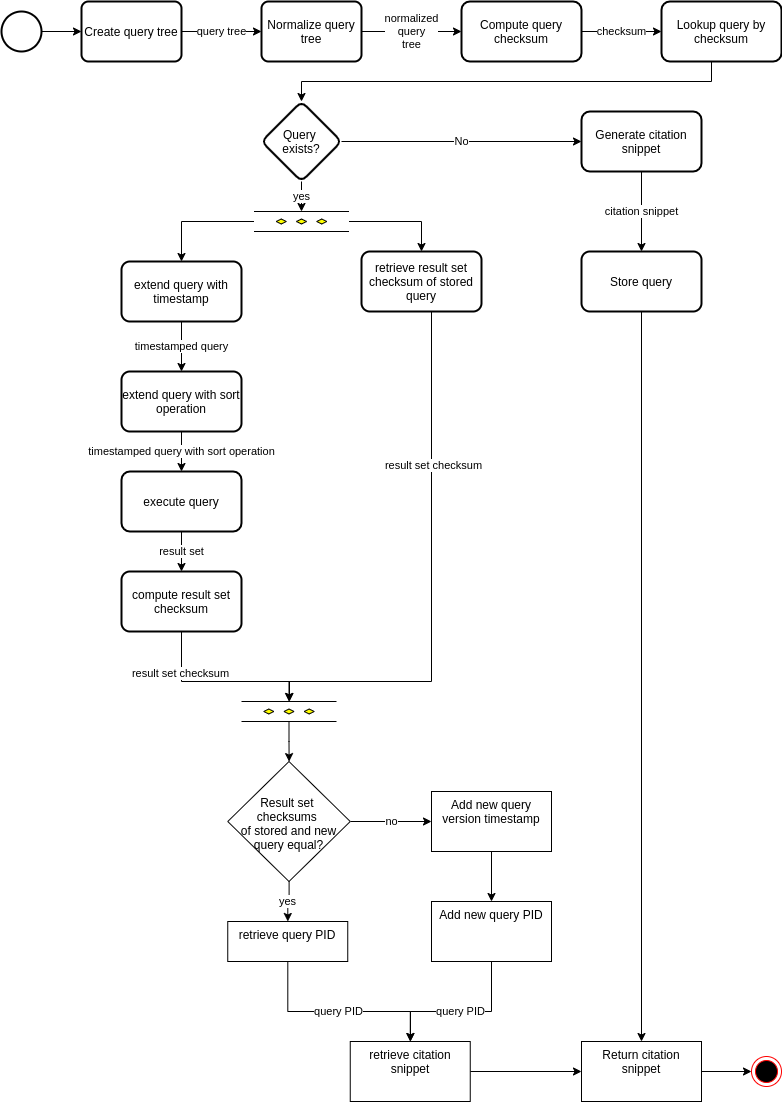
Before: figures/figure 5.png, a diagram exported from draw.io (GreenfishK/DataCitation). Source tidied: cells renumbered, new cells last; positions are measured from the earlier drawing's top-left corner, leaving out a move shared by most shapes.
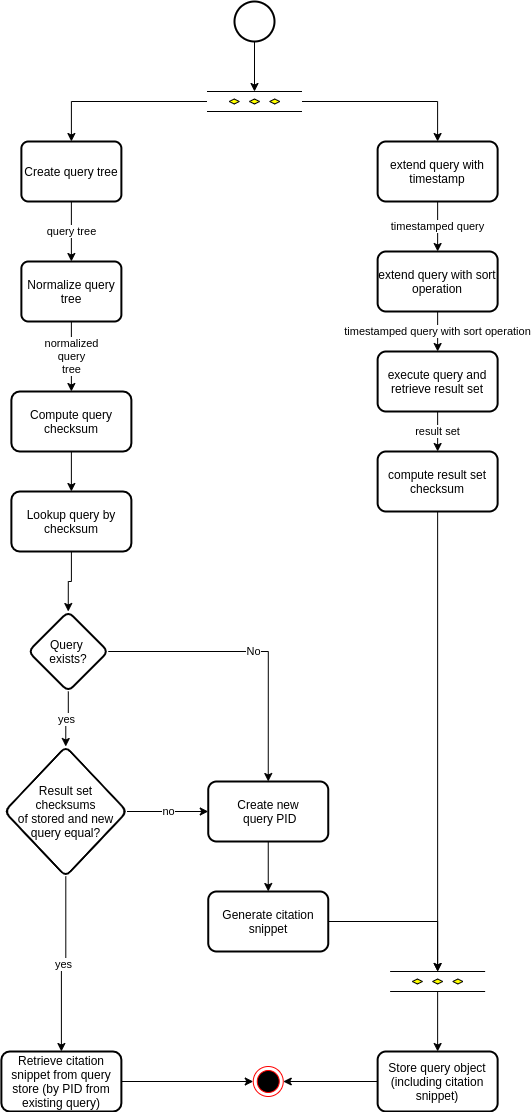
The same file after the commit.

Commit message:
Citation workflow cleaned up. normalize_query_tree restructured and removed one unnecessary line

The edit, as a diff of the source:
```diff
@@ -2,174 +2,123 @@
   <root>
     <mxCell id="0" />
     <mxCell id="1" parent="0" />
-    <mxCell id="2" style="edgeStyle=orthogonalEdgeStyle;rounded=0;jettySize=auto;html=1;" parent="1" edge="1" source="3" target="7">
-      <mxGeometry relative="1" as="geometry" />
-    </mxCell>
+    <mxCell id="50" style="edgeStyle=orthogonalEdgeStyle;rounded=0;jettySize=auto;html=1;" parent="1" edge="1" source="3" target="54">
+      <mxGeometry relative="1" as="geometry" />
+    </mxCell>
     <mxCell id="3" style="strokeWidth=2;html=1;shape=mxgraph.flowchart.start_2;whiteSpace=wrap;" parent="1" vertex="1">
-      <mxGeometry y="10" width="40" height="40" as="geometry" />
+      <mxGeometry x="430" y="10" width="40" height="40" as="geometry" />
     </mxCell>
     <mxCell id="4" value="normalized&lt;br&gt;query&lt;br&gt;tree" style="edgeStyle=orthogonalEdgeStyle;rounded=0;jettySize=auto;html=1;" parent="1" edge="1" source="5" target="9">
       <mxGeometry relative="1" as="geometry" />
     </mxCell>
     <mxCell id="5" value="Normalize query tree" style="rounded=1;whiteSpace=wrap;html=1;absoluteArcSize=1;arcSize=14;strokeWidth=2;" parent="1" vertex="1">
-      <mxGeometry x="260" width="100" height="60" as="geometry" />
+      <mxGeometry x="216.9" y="270" width="100" height="60" as="geometry" />
     </mxCell>
     <mxCell id="6" value="query tree" style="edgeStyle=orthogonalEdgeStyle;rounded=0;jettySize=auto;html=1;" parent="1" edge="1" source="7" target="5">
       <mxGeometry relative="1" as="geometry" />
     </mxCell>
     <mxCell id="7" value="Create query tree" style="rounded=1;whiteSpace=wrap;html=1;absoluteArcSize=1;arcSize=14;strokeWidth=2;" parent="1" vertex="1">
-      <mxGeometry x="80" width="100" height="60" as="geometry" />
+      <mxGeometry x="216.9" y="150" width="100" height="60" as="geometry" />
     </mxCell>
-    <mxCell id="8" value="checksum" style="edgeStyle=orthogonalEdgeStyle;rounded=0;jettySize=auto;html=1;" parent="1" edge="1" source="9" target="11">
+    <mxCell id="8" style="edgeStyle=orthogonalEdgeStyle;rounded=0;jettySize=auto;html=1;" parent="1" edge="1" source="9" target="11">
       <mxGeometry relative="1" as="geometry" />
     </mxCell>
     <mxCell id="9" value="Compute query checksum" style="whiteSpace=wrap;html=1;rounded=1;strokeWidth=2;arcSize=14;" parent="1" vertex="1">
-      <mxGeometry x="460" width="120" height="60" as="geometry" />
+      <mxGeometry x="206.9" y="400" width="120" height="60" as="geometry" />
     </mxCell>
-    <mxCell id="10" style="edgeStyle=orthogonalEdgeStyle;rounded=0;jettySize=auto;html=1;" parent="1" edge="1" source="11" target="14">
-      <mxGeometry relative="1" as="geometry">
-        <Array as="points">
-          <mxPoint x="710" y="80" />
-          <mxPoint x="300" y="80" />
-        </Array>
-      </mxGeometry>
+    <mxCell id="10" style="edgeStyle=orthogonalEdgeStyle;rounded=0;jettySize=auto;html=1;entryX=0.5;entryY=0;entryDx=0;entryDy=0;" parent="1" edge="1" source="11" target="14">
+      <mxGeometry relative="1" as="geometry" />
     </mxCell>
     <mxCell id="11" value="Lookup query by checksum" style="whiteSpace=wrap;html=1;rounded=1;strokeWidth=2;arcSize=14;" parent="1" vertex="1">
-      <mxGeometry x="660" width="120" height="60" as="geometry" />
+      <mxGeometry x="206.9" y="500" width="120" height="60" as="geometry" />
     </mxCell>
-    <mxCell id="12" value="yes" style="edgeStyle=orthogonalEdgeStyle;rounded=0;jettySize=auto;html=1;" parent="1" edge="1" source="14" target="29">
+    <mxCell id="12" value="yes" style="edgeStyle=orthogonalEdgeStyle;rounded=0;jettySize=auto;html=1;entryX=0.5;entryY=0;entryDx=0;entryDy=0;" parent="1" edge="1" source="14" target="34">
       <mxGeometry relative="1" as="geometry" />
     </mxCell>
-    <mxCell id="13" value="No" style="edgeStyle=orthogonalEdgeStyle;rounded=0;jettySize=auto;html=1;" parent="1" edge="1" source="14" target="46">
+    <mxCell id="13" value="No" style="edgeStyle=orthogonalEdgeStyle;rounded=0;jettySize=auto;html=1;entryX=0.5;entryY=0;entryDx=0;entryDy=0;" parent="1" edge="1" source="14" target="56">
       <mxGeometry relative="1" as="geometry" />
     </mxCell>
     <mxCell id="14" value="Query &lt;br&gt;exists?" style="rhombus;whiteSpace=wrap;html=1;rounded=1;strokeWidth=2;arcSize=14;" parent="1" vertex="1">
-      <mxGeometry x="260" y="100" width="80" height="80" as="geometry" />
+      <mxGeometry x="223.8" y="620" width="80" height="80" as="geometry" />
     </mxCell>
     <mxCell id="15" value="timestamped query" style="edgeStyle=orthogonalEdgeStyle;rounded=0;jettySize=auto;html=1;" parent="1" edge="1" source="16" target="18">
       <mxGeometry relative="1" as="geometry" />
     </mxCell>
     <mxCell id="16" value="extend query with timestamp" style="whiteSpace=wrap;html=1;rounded=1;strokeWidth=2;arcSize=14;" parent="1" vertex="1">
-      <mxGeometry x="120" y="260" width="120" height="60" as="geometry" />
+      <mxGeometry x="573.1" y="150" width="120" height="60" as="geometry" />
     </mxCell>
     <mxCell id="17" value="timestamped query with sort operation" style="edgeStyle=orthogonalEdgeStyle;rounded=0;jettySize=auto;html=1;" parent="1" edge="1" source="18" target="20">
       <mxGeometry relative="1" as="geometry" />
     </mxCell>
     <mxCell id="18" value="extend query with sort operation" style="whiteSpace=wrap;html=1;rounded=1;strokeWidth=2;arcSize=14;" parent="1" vertex="1">
-      <mxGeometry x="120" y="370" width="120" height="60" as="geometry" />
+      <mxGeometry x="573.1" y="260" width="120" height="60" as="geometry" />
     </mxCell>
     <mxCell id="19" value="result set" style="edgeStyle=orthogonalEdgeStyle;rounded=0;jettySize=auto;html=1;" parent="1" edge="1" source="20" target="23">
       <mxGeometry relative="1" as="geometry" />
     </mxCell>
-    <mxCell id="20" value="execute query" style="whiteSpace=wrap;html=1;rounded=1;strokeWidth=2;arcSize=14;" parent="1" vertex="1">
-      <mxGeometry x="120" y="470" width="120" height="60" as="geometry" />
+    <mxCell id="20" value="execute query and retrieve result set" style="whiteSpace=wrap;html=1;rounded=1;strokeWidth=2;arcSize=14;" parent="1" vertex="1">
+      <mxGeometry x="573.1" y="360" width="120" height="60" as="geometry" />
     </mxCell>
-    <mxCell id="21" style="edgeStyle=orthogonalEdgeStyle;rounded=0;jettySize=auto;html=1;" parent="1" edge="1" source="23" target="31">
-      <mxGeometry relative="1" as="geometry">
-        <Array as="points">
-          <mxPoint x="180" y="680" />
-          <mxPoint x="288" y="680" />
-        </Array>
-      </mxGeometry>
-    </mxCell>
-    <mxCell id="22" value="result set checksum" style="edgeLabel;html=1;align=center;verticalAlign=middle;" parent="21" vertex="1">
-      <mxGeometry x="-0.53" y="-2" relative="1" as="geometry" />
-    </mxCell>
+    <mxCell id="51" style="edgeStyle=orthogonalEdgeStyle;rounded=0;jettySize=auto;html=1;entryX=0.5;entryY=0;entryDx=0;entryDy=0;entryPerimeter=0;" parent="1" edge="1" source="23" target="64">
+      <mxGeometry relative="1" as="geometry" />
+    </mxCell>
     <mxCell id="23" value="compute result set checksum" style="whiteSpace=wrap;html=1;rounded=1;strokeWidth=2;arcSize=14;" parent="1" vertex="1">
-      <mxGeometry x="120" y="570" width="120" height="60" as="geometry" />
+      <mxGeometry x="573.1" y="460" width="120" height="60" as="geometry" />
     </mxCell>
-    <mxCell id="24" style="edgeStyle=orthogonalEdgeStyle;rounded=0;jettySize=auto;html=1;entryX=0.5;entryY=0;entryDx=0;entryDy=0;entryPerimeter=0;" parent="1" edge="1" source="26" target="31">
-      <mxGeometry relative="1" as="geometry">
-        <Array as="points">
-          <mxPoint x="430" y="680" />
-          <mxPoint x="288" y="680" />
-        </Array>
-      </mxGeometry>
-    </mxCell>
-    <mxCell id="25" value="result set checksum" style="edgeLabel;html=1;align=center;verticalAlign=middle;" parent="24" vertex="1">
-      <mxGeometry x="-0.43" y="1" relative="1" as="geometry" />
-    </mxCell>
-    <mxCell id="26" value="retrieve result set checksum of stored query" style="whiteSpace=wrap;html=1;rounded=1;strokeWidth=2;arcSize=14;" parent="1" vertex="1">
-      <mxGeometry x="360" y="250" width="120" height="60" as="geometry" />
-    </mxCell>
-    <mxCell id="27" style="edgeStyle=orthogonalEdgeStyle;rounded=0;jettySize=auto;html=1;entryX=0.5;entryY=0;entryDx=0;entryDy=0;" parent="1" edge="1" source="29" target="16">
-      <mxGeometry relative="1" as="geometry" />
-    </mxCell>
-    <mxCell id="28" style="edgeStyle=orthogonalEdgeStyle;rounded=0;jettySize=auto;html=1;" parent="1" edge="1" source="29" target="26">
-      <mxGeometry relative="1" as="geometry" />
-    </mxCell>
-    <mxCell id="29" style="verticalLabelPosition=bottom;verticalAlign=top;html=1;shape=mxgraph.flowchart.parallel_mode;" parent="1" vertex="1">
-      <mxGeometry x="252.5" y="210" width="95" height="20" as="geometry" />
-    </mxCell>
-    <mxCell id="30" style="edgeStyle=orthogonalEdgeStyle;rounded=0;jettySize=auto;html=1;" parent="1" edge="1" source="31" target="34">
-      <mxGeometry relative="1" as="geometry" />
-    </mxCell>
-    <mxCell id="31" style="verticalLabelPosition=bottom;verticalAlign=top;html=1;shape=mxgraph.flowchart.parallel_mode;" parent="1" vertex="1">
-      <mxGeometry x="240" y="700" width="95" height="20" as="geometry" />
-    </mxCell>
+    <mxCell id="52" style="edgeStyle=orthogonalEdgeStyle;rounded=0;jettySize=auto;html=1;" parent="1" edge="1" source="54" target="7">
+      <mxGeometry relative="1" as="geometry" />
+    </mxCell>
+    <mxCell id="53" style="edgeStyle=orthogonalEdgeStyle;rounded=0;jettySize=auto;html=1;" parent="1" edge="1" source="54" target="16">
+      <mxGeometry relative="1" as="geometry" />
+    </mxCell>
+    <mxCell id="54" style="verticalLabelPosition=bottom;verticalAlign=top;html=1;shape=mxgraph.flowchart.parallel_mode;" parent="1" vertex="1">
+      <mxGeometry x="402.5" y="100" width="95" height="20" as="geometry" />
+    </mxCell>
+    <mxCell id="33" value="no" style="edgeStyle=orthogonalEdgeStyle;rounded=0;jettySize=auto;html=1;" parent="1" edge="1" source="34" target="56">
+      <mxGeometry relative="1" as="geometry" />
+    </mxCell>
-    <mxCell id="32" value="yes" style="edgeStyle=orthogonalEdgeStyle;rounded=0;jettySize=auto;html=1;" parent="1" edge="1" source="34" target="36">
+    <mxCell id="32" value="yes" style="edgeStyle=orthogonalEdgeStyle;rounded=0;jettySize=auto;html=1;" parent="1" edge="1" source="34" target="62">
       <mxGeometry relative="1" as="geometry" />
     </mxCell>
-    <mxCell id="33" value="no" style="edgeStyle=orthogonalEdgeStyle;rounded=0;jettySize=auto;html=1;" parent="1" edge="1" source="34" target="40">
-      <mxGeometry relative="1" as="geometry" />
-    </mxCell>
-    <mxCell id="34" value="&lt;br&gt;&lt;br&gt;Result set &lt;br&gt;checksums &lt;br&gt;of stored and new query equal?" style="rhombus;whiteSpace=wrap;html=1;verticalAlign=top;align=center;" parent="1" vertex="1">
-      <mxGeometry x="226.2" y="760" width="122.5" height="120" as="geometry" />
+    <mxCell id="34" value="Result set&lt;br&gt;checksums&lt;br&gt;of stored and new query equal?" style="rhombus;whiteSpace=wrap;html=1;rounded=1;strokeWidth=2;arcSize=14;" parent="1" vertex="1">
+      <mxGeometry x="200" y="755" width="122.5" height="130" as="geometry" />
     </mxCell>
-    <mxCell id="35" value="query PID" style="edgeStyle=orthogonalEdgeStyle;rounded=0;jettySize=auto;html=1;" parent="1" edge="1" source="36" target="38">
-      <mxGeometry relative="1" as="geometry">
-        <Array as="points">
-          <mxPoint x="286" y="1010" />
-          <mxPoint x="409" y="1010" />
-        </Array>
-      </mxGeometry>
-    </mxCell>
-    <mxCell id="36" value="retrieve query PID" style="whiteSpace=wrap;html=1;verticalAlign=top;" parent="1" vertex="1">
-      <mxGeometry x="226.2" y="920" width="120" height="40" as="geometry" />
-    </mxCell>
-    <mxCell id="37" style="edgeStyle=orthogonalEdgeStyle;rounded=0;jettySize=auto;html=1;" parent="1" edge="1" source="38" target="44">
-      <mxGeometry relative="1" as="geometry" />
-    </mxCell>
-    <mxCell id="38" value="retrieve citation snippet" style="whiteSpace=wrap;html=1;verticalAlign=top;" parent="1" vertex="1">
-      <mxGeometry x="348.8" y="1040" width="120" height="60" as="geometry" />
-    </mxCell>
-    <mxCell id="39" style="edgeStyle=orthogonalEdgeStyle;rounded=0;jettySize=auto;html=1;" parent="1" edge="1" source="40" target="42">
-      <mxGeometry relative="1" as="geometry" />
-    </mxCell>
-    <mxCell id="40" value="Add new query version timestamp" style="whiteSpace=wrap;html=1;verticalAlign=top;" parent="1" vertex="1">
-      <mxGeometry x="430" y="790" width="120" height="60" as="geometry" />
-    </mxCell>
-    <mxCell id="41" value="query PID" style="edgeStyle=orthogonalEdgeStyle;rounded=0;jettySize=auto;html=1;entryX=0.5;entryY=0;entryDx=0;entryDy=0;" parent="1" edge="1" source="42" target="38">
-      <mxGeometry relative="1" as="geometry">
-        <Array as="points">
-          <mxPoint x="490" y="1010" />
-          <mxPoint x="409" y="1010" />
-        </Array>
-      </mxGeometry>
-    </mxCell>
-    <mxCell id="42" value="Add new query PID" style="whiteSpace=wrap;html=1;verticalAlign=top;" parent="1" vertex="1">
-      <mxGeometry x="430" y="900" width="120" height="60" as="geometry" />
-    </mxCell>
-    <mxCell id="43" style="edgeStyle=orthogonalEdgeStyle;rounded=0;jettySize=auto;html=1;entryX=0;entryY=0.5;entryDx=0;entryDy=0;" parent="1" edge="1" source="44" target="49">
-      <mxGeometry relative="1" as="geometry" />
-    </mxCell>
-    <mxCell id="44" value="Return citation snippet" style="whiteSpace=wrap;html=1;verticalAlign=top;" parent="1" vertex="1">
-      <mxGeometry x="580" y="1040" width="120" height="60" as="geometry" />
-    </mxCell>
-    <mxCell id="45" value="citation snippet" style="edgeStyle=orthogonalEdgeStyle;rounded=0;jettySize=auto;html=1;" parent="1" edge="1" source="46" target="48">
-      <mxGeometry relative="1" as="geometry" />
-    </mxCell>
+    <mxCell id="55" style="edgeStyle=orthogonalEdgeStyle;rounded=0;jettySize=auto;html=1;" parent="1" edge="1" source="56" target="46">
+      <mxGeometry relative="1" as="geometry" />
+    </mxCell>
+    <mxCell id="56" value="Create new&lt;br&gt;&amp;nbsp;query PID" style="whiteSpace=wrap;html=1;rounded=1;strokeWidth=2;arcSize=14;" parent="1" vertex="1">
+      <mxGeometry x="403.8" y="790" width="120" height="60" as="geometry" />
+    </mxCell>
+    <mxCell id="57" style="edgeStyle=orthogonalEdgeStyle;rounded=0;jettySize=auto;html=1;entryX=0.5;entryY=0;entryDx=0;entryDy=0;entryPerimeter=0;" parent="1" edge="1" source="46" target="64">
+      <mxGeometry relative="1" as="geometry" />
+    </mxCell>
     <mxCell id="46" value="Generate citation snippet" style="whiteSpace=wrap;html=1;rounded=1;strokeWidth=2;arcSize=14;" parent="1" vertex="1">
-      <mxGeometry x="580" y="110" width="120" height="60" as="geometry" />
+      <mxGeometry x="403.8" y="900" width="120" height="60" as="geometry" />
     </mxCell>
-    <mxCell id="47" style="edgeStyle=orthogonalEdgeStyle;rounded=0;jettySize=auto;html=1;" parent="1" edge="1" source="48" target="44">
-      <mxGeometry relative="1" as="geometry" />
-    </mxCell>
-    <mxCell id="48" value="Store query" style="whiteSpace=wrap;html=1;rounded=1;strokeWidth=2;arcSize=14;" parent="1" vertex="1">
-      <mxGeometry x="580" y="250" width="120" height="60" as="geometry" />
-    </mxCell>
-    <mxCell id="49" style="ellipse;html=1;shape=endState;fillColor=#000000;strokeColor=#ff0000;" parent="1" vertex="1">
-      <mxGeometry x="750" y="1055" width="30" height="30" as="geometry" />
-    </mxCell>
+    <mxCell id="58" style="edgeStyle=orthogonalEdgeStyle;rounded=0;jettySize=auto;html=1;" parent="1" edge="1" source="59" target="60">
+      <mxGeometry relative="1" as="geometry" />
+    </mxCell>
+    <mxCell id="59" value="Store query object (including citation snippet)" style="whiteSpace=wrap;html=1;rounded=1;strokeWidth=2;arcSize=14;" parent="1" vertex="1">
+      <mxGeometry x="573.1" y="1060" width="120" height="60" as="geometry" />
+    </mxCell>
+    <mxCell id="60" style="ellipse;html=1;shape=endState;fillColor=#000000;strokeColor=#ff0000;" parent="1" vertex="1">
+      <mxGeometry x="448.8" y="1075" width="30" height="30" as="geometry" />
+    </mxCell>
+    <mxCell id="61" style="edgeStyle=orthogonalEdgeStyle;rounded=0;jettySize=auto;html=1;entryX=0;entryY=0.5;entryDx=0;entryDy=0;" parent="1" edge="1" source="62" target="60">
+      <mxGeometry relative="1" as="geometry">
+        <Array as="points">
+          <mxPoint x="270" y="1090" />
+        </Array>
+      </mxGeometry>
+    </mxCell>
+    <mxCell id="62" value="&lt;span&gt;Retrieve citation snippet from query store (by PID from existing query)&lt;/span&gt;" style="whiteSpace=wrap;html=1;rounded=1;strokeWidth=2;arcSize=14;" parent="1" vertex="1">
+      <mxGeometry x="196.9" y="1060" width="120" height="60" as="geometry" />
+    </mxCell>
+    <mxCell id="63" style="edgeStyle=orthogonalEdgeStyle;rounded=0;jettySize=auto;html=1;" parent="1" edge="1" source="64" target="59">
+      <mxGeometry relative="1" as="geometry" />
+    </mxCell>
+    <mxCell id="64" style="verticalLabelPosition=bottom;verticalAlign=top;html=1;shape=mxgraph.flowchart.parallel_mode;" parent="1" vertex="1">
+      <mxGeometry x="585.6" y="980" width="95" height="20" as="geometry" />
+    </mxCell>
   </root>
 </mxGraphModel>
```
